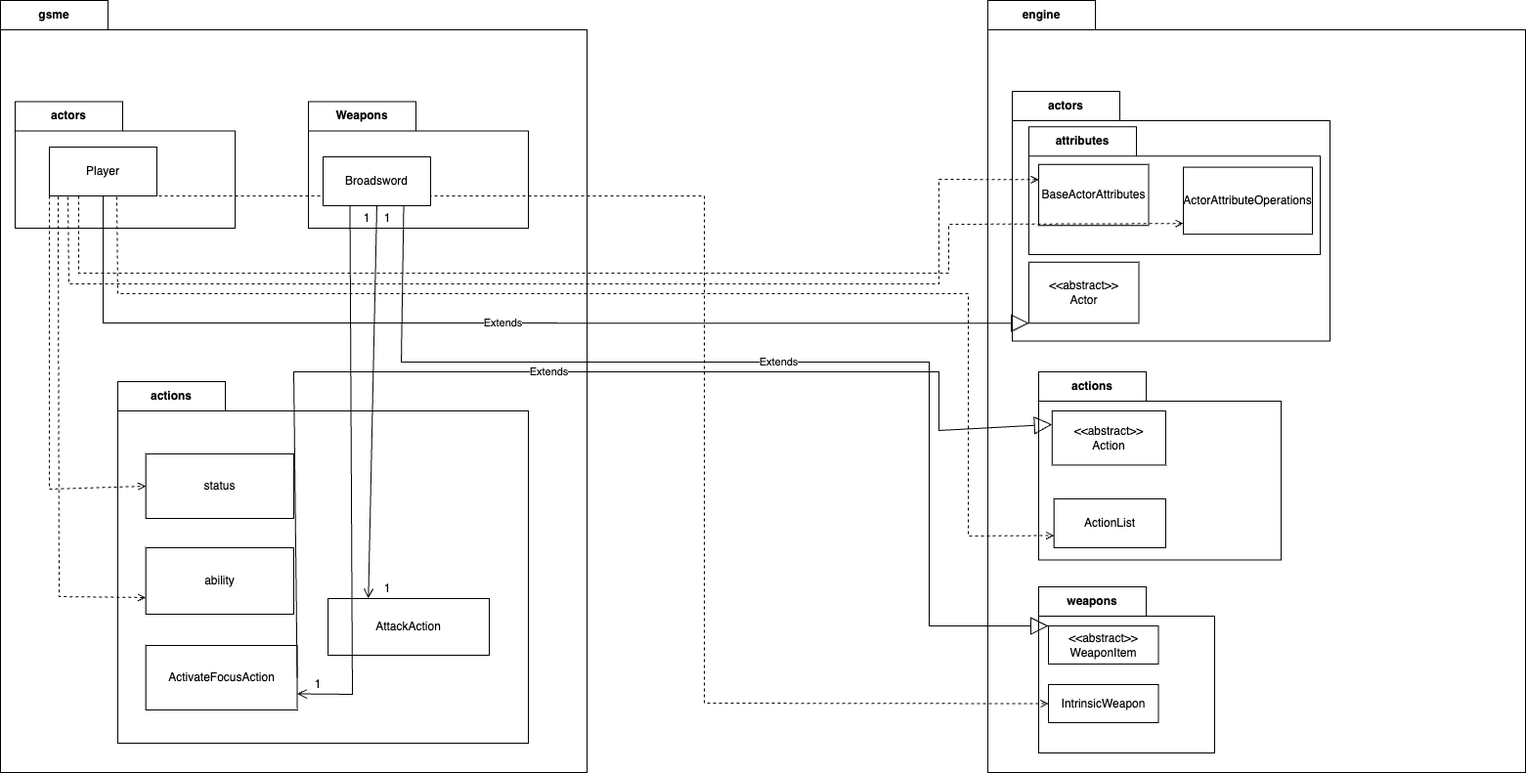
Above: docs/design/A1_REQ1.drawio.png in sheharahewawasam/FIT2099-A1-supplementary (draw.io), before the change. Source tidied: cells renumbered, new cells last; positions are measured from the earlier drawing's top-left corner, leaving out a move shared by most shapes. Source of this version:
```xml
<mxGraphModel>
  <root>
    <mxCell id="0" />
    <mxCell id="1" parent="0" />
    <mxCell id="2" value="engine" style="shape=folder;fontStyle=1;tabWidth=110;tabHeight=30;tabPosition=left;html=1;boundedLbl=1;labelInHeader=1;whiteSpace=wrap;" parent="1" vertex="1">
      <mxGeometry x="1010" width="550" height="790" as="geometry" />
    </mxCell>
    <mxCell id="3" style="html=1;strokeColor=none;fillColor=none;whiteSpace=wrap;" parent="2" vertex="1">
      <mxGeometry width="550" height="553" relative="1" as="geometry">
        <mxPoint y="30" as="offset" />
      </mxGeometry>
    </mxCell>
    <mxCell id="4" value="actors" style="shape=folder;fontStyle=1;tabWidth=110;tabHeight=30;tabPosition=left;html=1;boundedLbl=1;labelInHeader=1;whiteSpace=wrap;" parent="2" vertex="1">
      <mxGeometry x="25" y="92.9" width="325" height="255.6" as="geometry" />
    </mxCell>
    <mxCell id="5" style="html=1;strokeColor=none;fillColor=none;whiteSpace=wrap;" parent="4" vertex="1">
      <mxGeometry width="325" height="178.91" relative="1" as="geometry">
        <mxPoint y="30" as="offset" />
      </mxGeometry>
    </mxCell>
    <mxCell id="6" value="&amp;lt;&amp;lt;abstract&amp;gt;&amp;gt;&lt;br&gt;Actor" style="html=1;whiteSpace=wrap;" parent="4" vertex="1">
      <mxGeometry x="17" y="174.8" width="112.5" height="62.5" as="geometry" />
    </mxCell>
    <mxCell id="7" style="html=1;strokeColor=none;fillColor=none;whiteSpace=wrap;" parent="2" vertex="1">
      <mxGeometry x="37.5" y="418.2" width="225" height="90.7" as="geometry" />
    </mxCell>
    <mxCell id="8" value="actions" style="shape=folder;fontStyle=1;tabWidth=110;tabHeight=30;tabPosition=left;html=1;boundedLbl=1;labelInHeader=1;whiteSpace=wrap;" parent="2" vertex="1">
      <mxGeometry x="52" y="380" width="248" height="192.5" as="geometry" />
    </mxCell>
    <mxCell id="9" style="html=1;strokeColor=none;fillColor=none;whiteSpace=wrap;" parent="8" vertex="1">
      <mxGeometry width="248" height="126" relative="1" as="geometry">
        <mxPoint y="30" as="offset" />
      </mxGeometry>
    </mxCell>
    <mxCell id="10" value="&amp;lt;&amp;lt;abstract&amp;gt;&amp;gt;&lt;br&gt;Action" style="html=1;whiteSpace=wrap;" parent="8" vertex="1">
      <mxGeometry x="13.8" y="40" width="116.2" height="55.4" as="geometry" />
    </mxCell>
    <mxCell id="11" value="ActionList" style="html=1;whiteSpace=wrap;" parent="8" vertex="1">
      <mxGeometry x="15.6" y="130" width="114.4" height="50" as="geometry" />
    </mxCell>
    <mxCell id="12" value="weapons" style="shape=folder;fontStyle=1;tabWidth=110;tabHeight=30;tabPosition=left;html=1;boundedLbl=1;labelInHeader=1;whiteSpace=wrap;" parent="2" vertex="1">
      <mxGeometry x="52" y="600" width="180" height="170" as="geometry" />
    </mxCell>
    <mxCell id="13" style="html=1;strokeColor=none;fillColor=none;whiteSpace=wrap;" parent="12" vertex="1">
      <mxGeometry width="180" height="119" relative="1" as="geometry">
        <mxPoint y="30" as="offset" />
      </mxGeometry>
    </mxCell>
    <mxCell id="14" value="&amp;lt;&amp;lt;abstract&amp;gt;&amp;gt;&lt;br&gt;WeaponItem" style="html=1;whiteSpace=wrap;" parent="12" vertex="1">
      <mxGeometry x="10" y="40" width="112.5" height="39" as="geometry" />
    </mxCell>
    <mxCell id="15" value="IntrinsicWeapon" style="html=1;whiteSpace=wrap;" parent="12" vertex="1">
      <mxGeometry x="10" y="100" width="112.5" height="39" as="geometry" />
    </mxCell>
    <mxCell id="16" value="gsme" style="shape=folder;fontStyle=1;tabWidth=110;tabHeight=30;tabPosition=left;html=1;boundedLbl=1;labelInHeader=1;whiteSpace=wrap;" parent="1" vertex="1">
      <mxGeometry width="600" height="790" as="geometry" />
    </mxCell>
    <mxCell id="17" style="html=1;strokeColor=none;fillColor=none;whiteSpace=wrap;" parent="16" vertex="1">
      <mxGeometry width="600" height="553" relative="1" as="geometry">
        <mxPoint y="30" as="offset" />
      </mxGeometry>
    </mxCell>
    <mxCell id="18" value="actors" style="shape=folder;fontStyle=1;tabWidth=110;tabHeight=30;tabPosition=left;html=1;boundedLbl=1;labelInHeader=1;whiteSpace=wrap;" parent="16" vertex="1">
      <mxGeometry x="15" y="103.6" width="225" height="129.5" as="geometry" />
    </mxCell>
    <mxCell id="19" style="html=1;strokeColor=none;fillColor=none;whiteSpace=wrap;" parent="18" vertex="1">
      <mxGeometry width="225" height="90.66" relative="1" as="geometry">
        <mxPoint y="30" as="offset" />
      </mxGeometry>
    </mxCell>
    <mxCell id="20" value="Player" style="html=1;whiteSpace=wrap;" parent="18" vertex="1">
      <mxGeometry x="35" y="46.4" width="110" height="50" as="geometry" />
    </mxCell>
    <mxCell id="21" value="Weapons" style="shape=folder;fontStyle=1;tabWidth=110;tabHeight=30;tabPosition=left;html=1;boundedLbl=1;labelInHeader=1;whiteSpace=wrap;" parent="16" vertex="1">
      <mxGeometry x="315" y="103.6" width="225" height="129.5" as="geometry" />
    </mxCell>
    <mxCell id="22" style="html=1;strokeColor=none;fillColor=none;whiteSpace=wrap;" parent="21" vertex="1">
      <mxGeometry width="225" height="90.66" relative="1" as="geometry">
        <mxPoint y="30" as="offset" />
      </mxGeometry>
    </mxCell>
    <mxCell id="23" value="1" style="text;html=1;strokeColor=none;fillColor=none;align=center;verticalAlign=middle;whiteSpace=wrap;rounded=0;" parent="21" vertex="1">
      <mxGeometry x="56" y="109.5" width="50" height="20" as="geometry" />
    </mxCell>
    <mxCell id="24" value="1" style="text;html=1;strokeColor=none;fillColor=none;align=center;verticalAlign=middle;whiteSpace=wrap;rounded=0;" parent="21" vertex="1">
      <mxGeometry x="35" y="109.5" width="50" height="20" as="geometry" />
    </mxCell>
    <mxCell id="25" value="actions" style="shape=folder;fontStyle=1;tabWidth=110;tabHeight=30;tabPosition=left;html=1;boundedLbl=1;labelInHeader=1;whiteSpace=wrap;" parent="16" vertex="1">
      <mxGeometry x="120" y="390" width="420" height="370" as="geometry" />
    </mxCell>
    <mxCell id="26" style="html=1;strokeColor=none;fillColor=none;whiteSpace=wrap;" parent="25" vertex="1">
      <mxGeometry width="420" height="226.62" relative="1" as="geometry">
        <mxPoint y="30" as="offset" />
      </mxGeometry>
    </mxCell>
    <mxCell id="27" value="status" style="html=1;whiteSpace=wrap;" parent="25" vertex="1">
      <mxGeometry x="28.6" y="74" width="151.4" height="66" as="geometry" />
    </mxCell>
    <mxCell id="28" value="ability" style="html=1;whiteSpace=wrap;" parent="25" vertex="1">
      <mxGeometry x="28.6" y="170" width="151.4" height="68" as="geometry" />
    </mxCell>
    <mxCell id="29" value="AttackAction" style="html=1;whiteSpace=wrap;" parent="25" vertex="1">
      <mxGeometry x="215.1" y="222" width="164.9" height="58" as="geometry" />
    </mxCell>
    <mxCell id="30" value="ActivateFocusAction" style="html=1;whiteSpace=wrap;" parent="25" vertex="1">
      <mxGeometry x="28.6" y="270" width="154.9" height="66" as="geometry" />
    </mxCell>
    <mxCell id="31" value="1" style="text;html=1;strokeColor=none;fillColor=none;align=center;verticalAlign=middle;whiteSpace=wrap;rounded=0;" parent="25" vertex="1">
      <mxGeometry x="251" y="202" width="50" height="20" as="geometry" />
    </mxCell>
    <mxCell id="32" value="1" style="text;html=1;strokeColor=none;fillColor=none;align=center;verticalAlign=middle;whiteSpace=wrap;rounded=0;" parent="25" vertex="1">
      <mxGeometry x="180" y="300" width="50" height="20" as="geometry" />
    </mxCell>
    <mxCell id="33" style="endArrow=open;html=1;rounded=0;align=center;verticalAlign=bottom;dashed=1;endFill=0;labelBackgroundColor=none;exitX=0;exitY=1;exitDx=0;exitDy=0;entryX=0;entryY=0.5;entryDx=0;entryDy=0;" parent="16" edge="1" source="20" target="27">
      <mxGeometry relative="1" as="geometry">
        <Array as="points">
          <mxPoint x="50" y="500" />
        </Array>
      </mxGeometry>
    </mxCell>
    <mxCell id="34" style="html=1;align=center;verticalAlign=top;labelBackgroundColor=none;" parent="33" vertex="1">
      <mxGeometry relative="1" as="geometry" />
    </mxCell>
    <mxCell id="35" style="endArrow=open;html=1;rounded=0;align=center;verticalAlign=bottom;dashed=1;endFill=0;labelBackgroundColor=none;exitX=0.081;exitY=1.013;exitDx=0;exitDy=0;entryX=0;entryY=0.75;entryDx=0;entryDy=0;exitPerimeter=0;" parent="16" edge="1" source="20" target="28">
      <mxGeometry relative="1" as="geometry">
        <Array as="points">
          <mxPoint x="60" y="610" />
        </Array>
      </mxGeometry>
    </mxCell>
    <mxCell id="36" style="html=1;align=center;verticalAlign=top;labelBackgroundColor=none;" parent="35" vertex="1">
      <mxGeometry relative="1" as="geometry" />
    </mxCell>
    <mxCell id="37" style="endArrow=open;html=1;rounded=0;align=center;verticalAlign=bottom;dashed=1;endFill=0;labelBackgroundColor=none;exitX=0.081;exitY=1.013;exitDx=0;exitDy=0;entryX=0;entryY=0.5;entryDx=0;entryDy=0;exitPerimeter=0;" parent="16" edge="1" target="15">
      <mxGeometry relative="1" as="geometry">
        <mxPoint x="150" y="200" as="sourcePoint" />
        <Array as="points">
          <mxPoint x="720" y="200" />
          <mxPoint x="720" y="719" />
        </Array>
      </mxGeometry>
    </mxCell>
    <mxCell id="38" style="html=1;align=center;verticalAlign=top;labelBackgroundColor=none;" parent="37" vertex="1">
      <mxGeometry relative="1" as="geometry" />
    </mxCell>
    <mxCell id="39" value="attributes" style="shape=folder;fontStyle=1;tabWidth=110;tabHeight=30;tabPosition=left;html=1;boundedLbl=1;labelInHeader=1;whiteSpace=wrap;" parent="1" vertex="1">
      <mxGeometry x="1052" y="129.2" width="298" height="130.8" as="geometry" />
    </mxCell>
    <mxCell id="40" style="html=1;strokeColor=none;fillColor=none;whiteSpace=wrap;" parent="39" vertex="1">
      <mxGeometry width="298" height="91.57" relative="1" as="geometry">
        <mxPoint y="30" as="offset" />
      </mxGeometry>
    </mxCell>
    <mxCell id="41" value="ActorAttributeOperations" style="html=1;whiteSpace=wrap;" parent="39" vertex="1">
      <mxGeometry x="158" y="41.4" width="132" height="68.6" as="geometry" />
    </mxCell>
    <mxCell id="42" value="Broadsword" style="html=1;whiteSpace=wrap;" parent="1" vertex="1">
      <mxGeometry x="330" y="160" width="110" height="50" as="geometry" />
    </mxCell>
    <mxCell id="43" value="BaseActorAttributes" style="html=1;whiteSpace=wrap;" parent="1" vertex="1">
      <mxGeometry x="1062" y="167.8" width="112.5" height="62.5" as="geometry" />
    </mxCell>
    <mxCell id="44" style="endArrow=open;html=1;rounded=0;align=center;verticalAlign=bottom;dashed=1;endFill=0;labelBackgroundColor=none;exitX=0.081;exitY=1.013;exitDx=0;exitDy=0;entryX=0;entryY=0.25;entryDx=0;entryDy=0;exitPerimeter=0;" parent="1" edge="1" target="43">
      <mxGeometry relative="1" as="geometry">
        <mxPoint x="69" y="201" as="sourcePoint" />
        <Array as="points">
          <mxPoint x="70" y="290" />
          <mxPoint x="960" y="290" />
          <mxPoint x="960" y="183" />
        </Array>
      </mxGeometry>
    </mxCell>
    <mxCell id="45" style="html=1;align=center;verticalAlign=top;labelBackgroundColor=none;" parent="44" vertex="1">
      <mxGeometry relative="1" as="geometry" />
    </mxCell>
    <mxCell id="46" style="endArrow=open;html=1;rounded=0;align=center;verticalAlign=bottom;dashed=1;endFill=0;labelBackgroundColor=none;entryX=0;entryY=1;entryDx=0;entryDy=0;" parent="1" edge="1">
      <mxGeometry relative="1" as="geometry">
        <mxPoint x="80" y="200" as="sourcePoint" />
        <mxPoint x="1210" y="228.2" as="targetPoint" />
        <Array as="points">
          <mxPoint x="80" y="279" />
          <mxPoint x="970" y="279" />
          <mxPoint x="970" y="229" />
        </Array>
      </mxGeometry>
    </mxCell>
    <mxCell id="47" style="html=1;align=center;verticalAlign=top;labelBackgroundColor=none;" parent="46" vertex="1">
      <mxGeometry relative="1" as="geometry" />
    </mxCell>
    <mxCell id="48" value="Extends" style="endArrow=block;endSize=16;endFill=0;html=1;rounded=0;exitX=0.5;exitY=1;exitDx=0;exitDy=0;entryX=0;entryY=1;entryDx=0;entryDy=0;" parent="1" edge="1" source="20" target="6">
      <mxGeometry relative="1" as="geometry">
        <Array as="points">
          <mxPoint x="105" y="330" />
        </Array>
      </mxGeometry>
    </mxCell>
    <mxCell id="49" value="Extends" style="endArrow=block;endSize=16;endFill=0;html=1;rounded=0;exitX=0.75;exitY=1;exitDx=0;exitDy=0;entryX=0;entryY=0;entryDx=0;entryDy=0;" parent="1" edge="1" source="42" target="14">
      <mxGeometry relative="1" as="geometry">
        <Array as="points">
          <mxPoint x="410" y="370" />
          <mxPoint x="950" y="370" />
          <mxPoint x="950" y="640" />
        </Array>
      </mxGeometry>
    </mxCell>
    <mxCell id="50" style="endArrow=open;html=1;rounded=0;align=center;verticalAlign=bottom;dashed=1;endFill=0;labelBackgroundColor=none;exitX=0.081;exitY=1.013;exitDx=0;exitDy=0;entryX=0;entryY=0.75;entryDx=0;entryDy=0;exitPerimeter=0;" parent="1" edge="1" target="11">
      <mxGeometry relative="1" as="geometry">
        <mxPoint x="119" y="201" as="sourcePoint" />
        <Array as="points">
          <mxPoint x="120" y="300" />
          <mxPoint x="560" y="300" />
          <mxPoint x="990" y="300" />
          <mxPoint x="990" y="430" />
          <mxPoint x="990" y="548" />
        </Array>
      </mxGeometry>
    </mxCell>
    <mxCell id="51" style="html=1;align=center;verticalAlign=top;labelBackgroundColor=none;" parent="50" vertex="1">
      <mxGeometry relative="1" as="geometry" />
    </mxCell>
    <mxCell id="52" style="endArrow=open;startArrow=none;endFill=0;startFill=0;endSize=8;html=1;verticalAlign=bottom;labelBackgroundColor=none;strokeWidth=1;rounded=0;exitX=0.5;exitY=1;exitDx=0;exitDy=0;entryX=0.25;entryY=0;entryDx=0;entryDy=0;" parent="1" edge="1" source="42" target="29">
      <mxGeometry relative="1" as="geometry" />
    </mxCell>
    <mxCell id="53" style="endArrow=open;startArrow=none;endFill=0;startFill=0;endSize=8;html=1;verticalAlign=bottom;labelBackgroundColor=none;strokeWidth=1;rounded=0;exitX=0.25;exitY=1;exitDx=0;exitDy=0;entryX=1;entryY=0.75;entryDx=0;entryDy=0;" parent="1" edge="1" source="42" target="30">
      <mxGeometry relative="1" as="geometry">
        <Array as="points">
          <mxPoint x="360" y="710" />
        </Array>
      </mxGeometry>
    </mxCell>
    <mxCell id="54" value="Extends" style="endArrow=block;endSize=16;endFill=0;html=1;rounded=0;exitX=1;exitY=0.5;exitDx=0;exitDy=0;entryX=0;entryY=0.25;entryDx=0;entryDy=0;" parent="1" edge="1" source="30" target="10">
      <mxGeometry relative="1" as="geometry">
        <Array as="points">
          <mxPoint x="300" y="380" />
          <mxPoint x="960" y="380" />
          <mxPoint x="960" y="440" />
        </Array>
      </mxGeometry>
    </mxCell>
  </root>
</mxGraphModel>
```
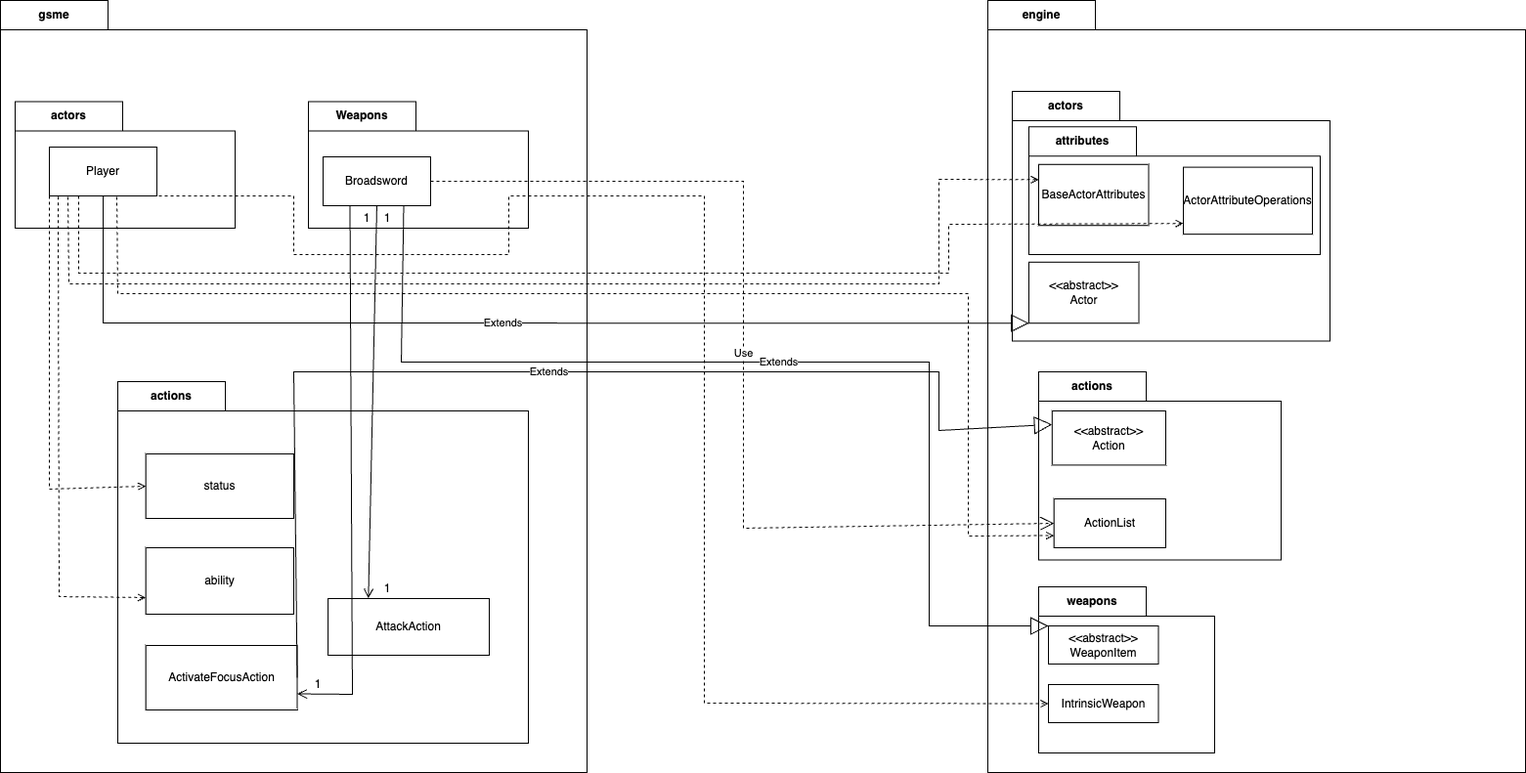
After the change.

Change to the diagram source:
```diff
@@ -135,6 +135,11 @@
       <mxGeometry relative="1" as="geometry">
         <mxPoint x="150" y="200" as="sourcePoint" />
         <Array as="points">
+          <mxPoint x="300" y="200" />
+          <mxPoint x="300" y="260" />
+          <mxPoint x="440" y="260" />
+          <mxPoint x="520" y="260" />
+          <mxPoint x="520" y="200" />
           <mxPoint x="720" y="200" />
           <mxPoint x="720" y="719" />
         </Array>
@@ -237,5 +242,13 @@
         </Array>
       </mxGeometry>
     </mxCell>
+    <mxCell id="55" value="Use" style="endArrow=open;endSize=12;dashed=1;html=1;rounded=0;entryX=0;entryY=0.5;entryDx=0;entryDy=0;exitX=1;exitY=0.5;exitDx=0;exitDy=0;" parent="1" edge="1" source="42" target="11">
+      <mxGeometry relative="1" as="geometry">
+        <Array as="points">
+          <mxPoint x="760" y="185" />
+          <mxPoint x="760" y="540" />
+        </Array>
+      </mxGeometry>
+    </mxCell>
   </root>
 </mxGraphModel>
```
